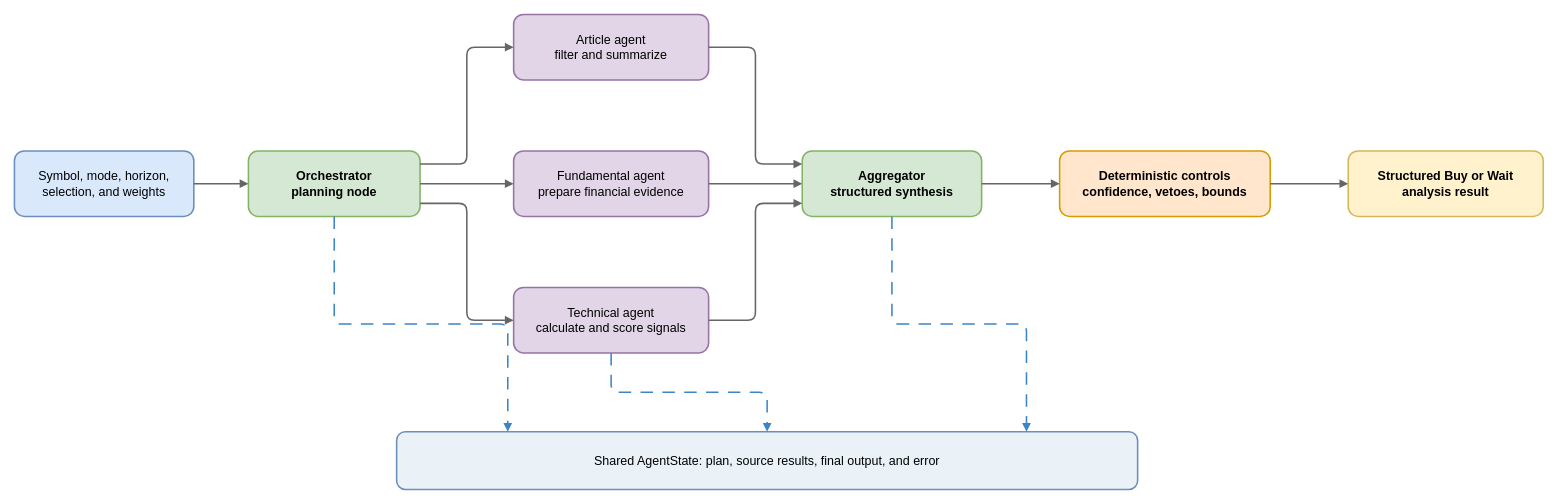
Before: page "Figure 4.9 - Multi-Agent Topology" (1 of 2) of report/diagrams/chapter4/figures_4_9_and_4_10.drawio in lqhuy04/Thesis-22125031-22125035, a draw.io diagram. Source tidied: cells renumbered, new cells numbered last; positions are measured from the earlier drawing's top-left corner, leaving out a move shared by most shapes. Both pictures are drawn from the tidied source at 78%, with x=0, y=0 at pixel (14, 14).
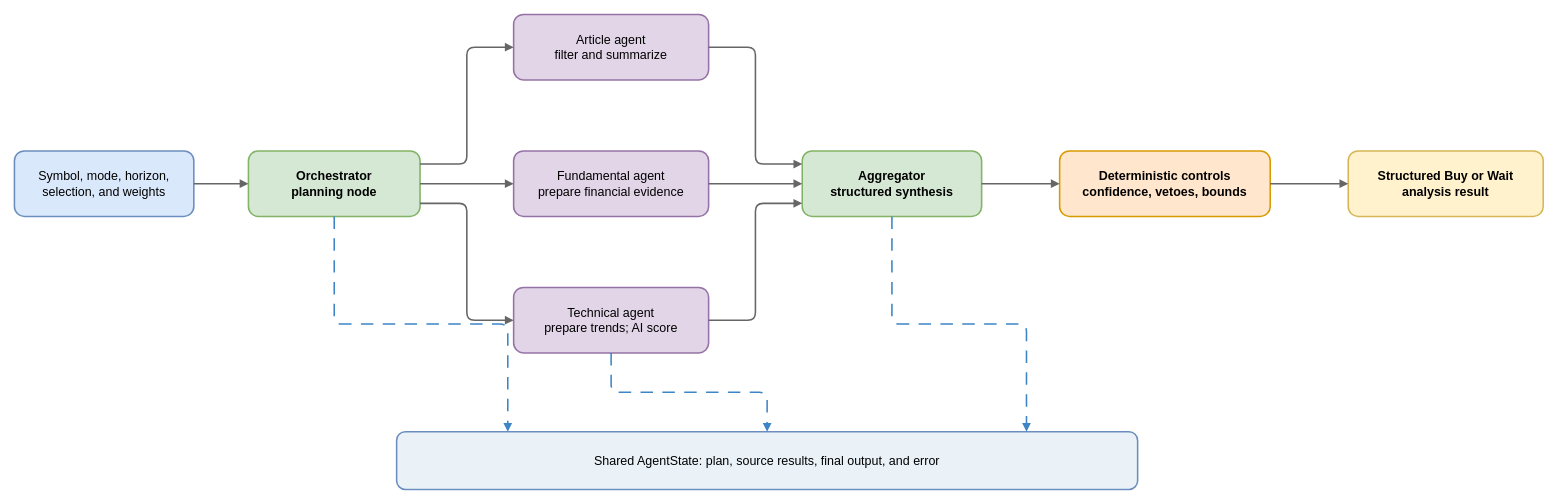
After the change.

What changed in the source:
```diff
@@
-    <mxCell id="6" value="Technical agent&lt;br&gt;calculate and score signals" style="rounded=1;whiteSpace=wrap;html=1;fillColor=#e1d5e7;strokeColor=#9673a6;strokeWidth=2;fontSize=16;spacing=8;" parent="1" vertex="1">
+    <mxCell id="6" value="Technical agent&lt;br&gt;prepare trends; AI score" style="rounded=1;whiteSpace=wrap;html=1;fillColor=#e1d5e7;strokeColor=#9673a6;strokeWidth=2;fontSize=16;spacing=8;" parent="1" vertex="1">
       <mxGeometry x="640" y="350" width="250" height="84" as="geometry" />
     </mxCell>
```
